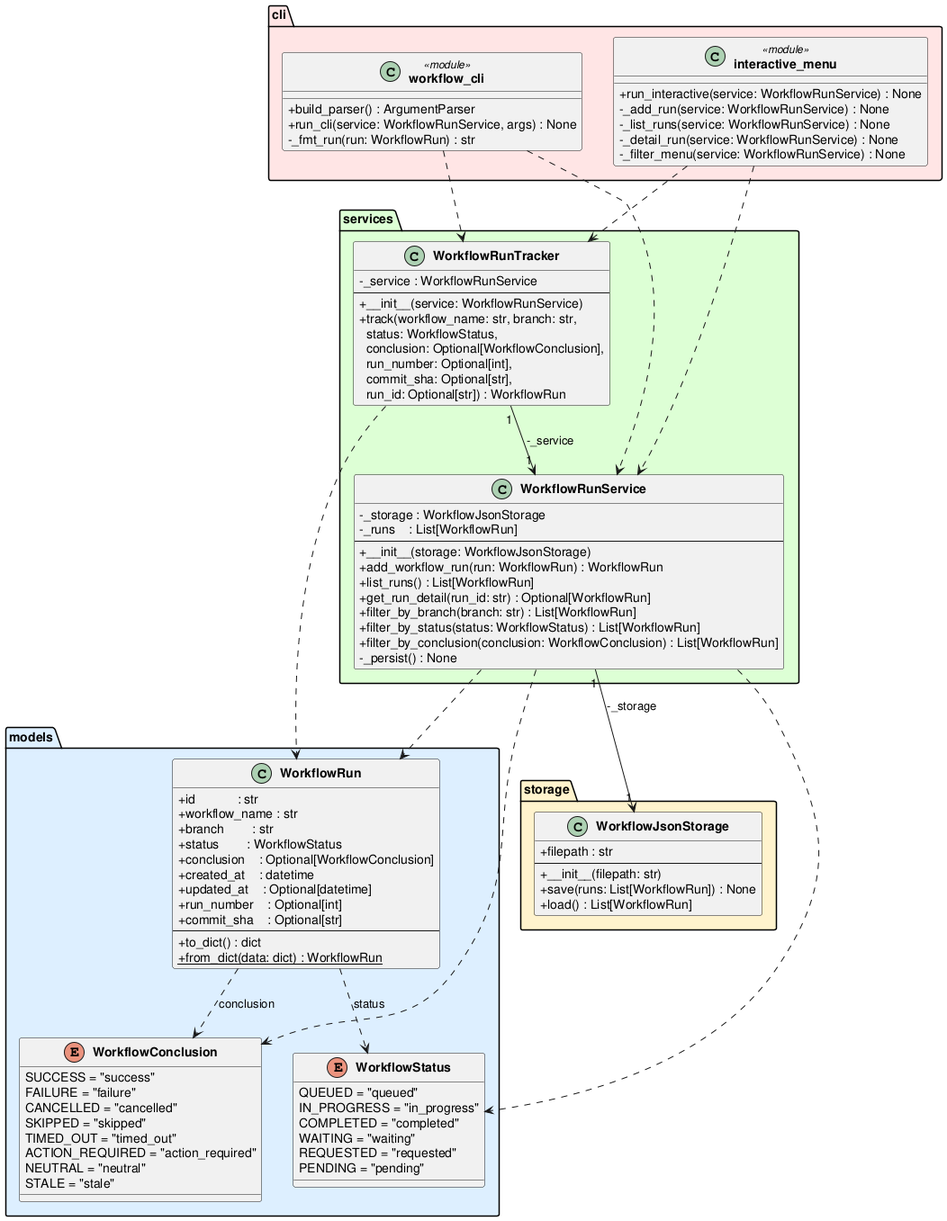
The PlantUML diagram experiments/supervisor_as_tools/user_stories/github-workflow-manager/artifacts/class_diagram.png in DanielRiha8906/Software_autoevolution_using_agents, before a commit.
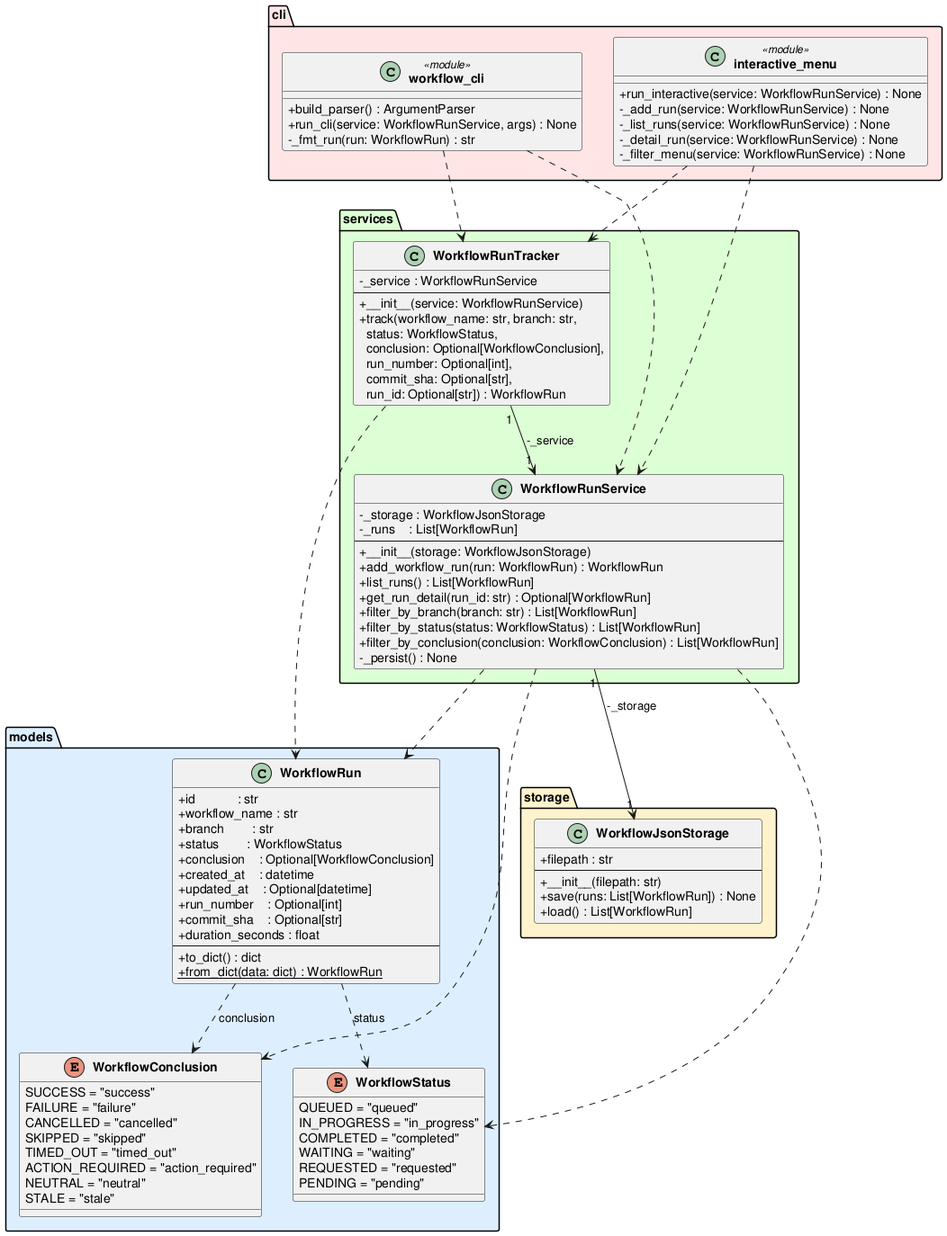
After the change.

Change to the diagram source:
```diff
@@ -34,6 +34,7 @@
         +updated_at    : Optional[datetime]
         +run_number    : Optional[int]
         +commit_sha    : Optional[str]
+        +duration_seconds : float
         --
         +to_dict() : dict
         +{static} from_dict(data: dict) : WorkflowRun
```
